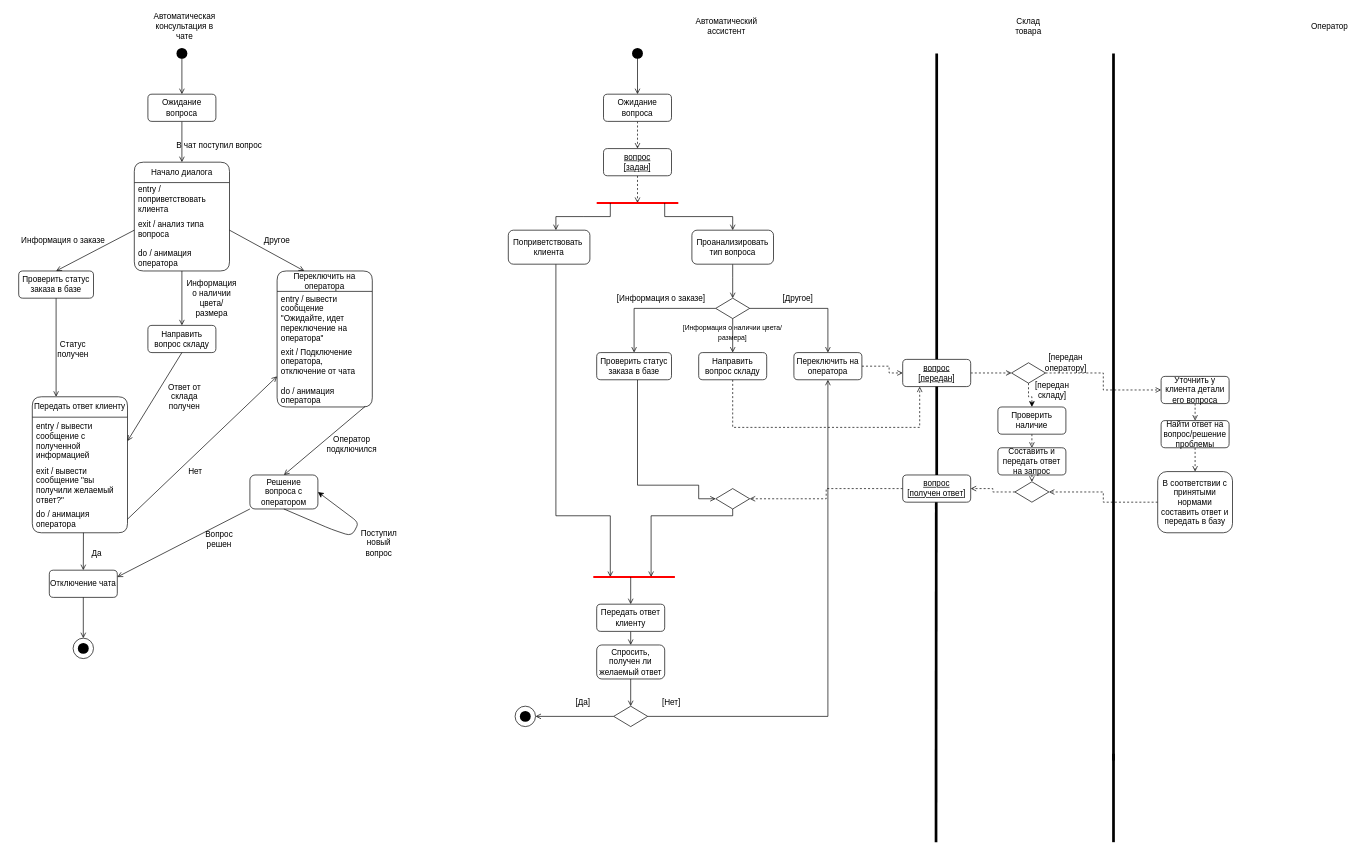
Before: Диаграмма деятельности.drawio in tssergeev/lflflflf, a draw.io diagram. Source tidied: cells renumbered, new cells numbered last; positions are measured from the earlier drawing's top-left corner, leaving out a move shared by most shapes. Both pictures are drawn from the tidied source at 68%, with x=0, y=0 at pixel (12, 16).
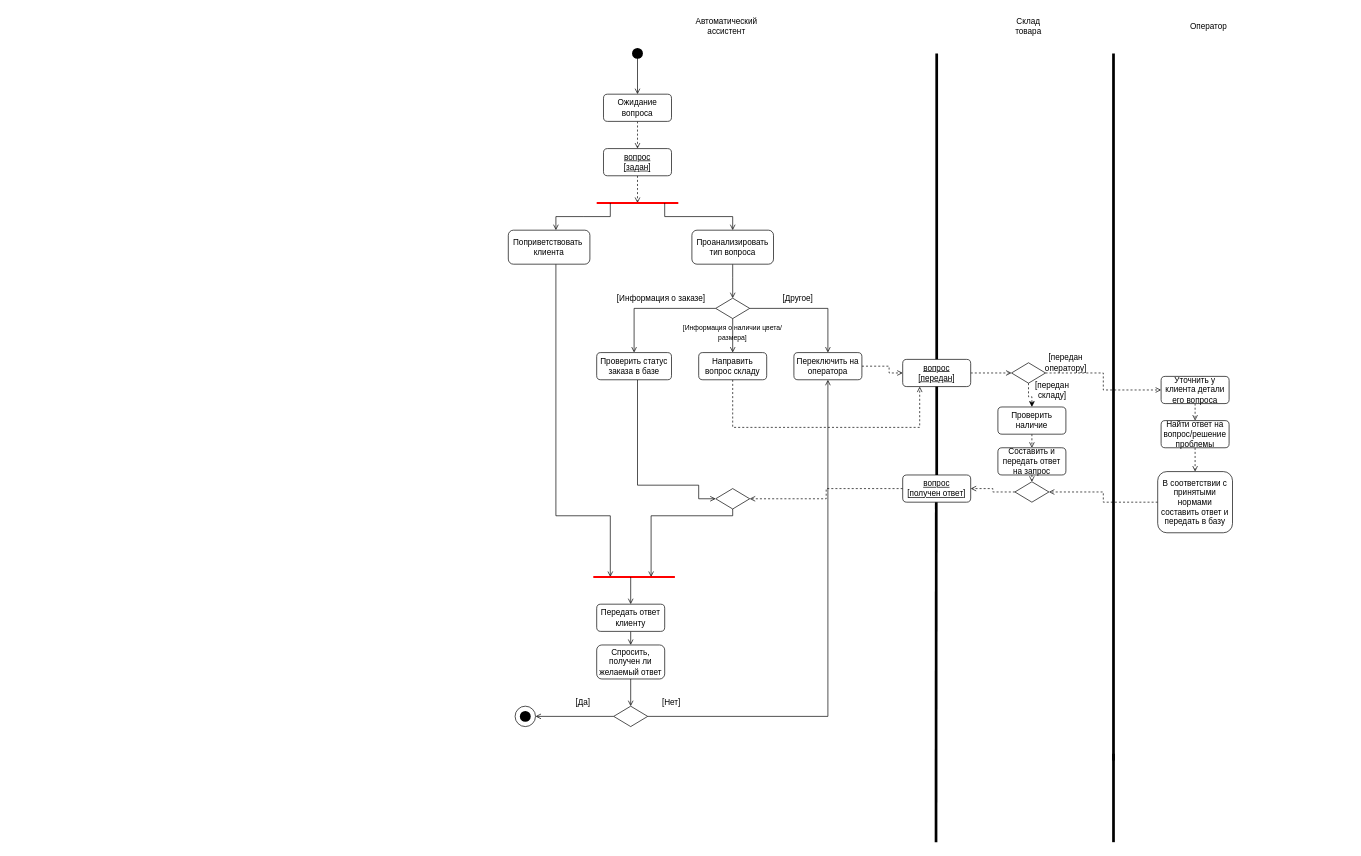
After the change.

What changed in the source:
```diff
@@
-    <mxCell id="2" style="edgeStyle=orthogonalEdgeStyle;rounded=0;jettySize=auto;html=1;entryX=0.5;entryY=0;entryDx=0;entryDy=0;endArrow=open;endFill=0;" parent="1" edge="1" source="3" target="8">
-      <mxGeometry relative="1" as="geometry" />
-    </mxCell>
-    <mxCell id="3" style="shape=waypoint;sketch=0;fillStyle=solid;size=6;points=[];fillColor=none;perimeter=centerPerimeter;snapToPoint=1;strokeWidth=6;" parent="1" vertex="1">
-      <mxGeometry x="240" y="45" width="20" height="20" as="geometry" />
-    </mxCell>
-    <mxCell id="4" style="ellipse;whiteSpace=wrap;html=1;" parent="1" vertex="1">
-      <mxGeometry x="90" y="915" width="30" height="30" as="geometry" />
-    </mxCell>
-    <mxCell id="5" style="shape=waypoint;sketch=0;fillStyle=solid;size=6;fillColor=none;perimeter=centerPerimeter;strokeWidth=6;" parent="1" vertex="1">
-      <mxGeometry x="95" y="920" width="20" height="20" as="geometry" />
-    </mxCell>
-    <mxCell id="6" value="Автоматическая консультация в чате" style="text;html=1;strokeColor=none;fillColor=none;align=center;verticalAlign=middle;whiteSpace=wrap;rounded=0;" parent="1" vertex="1">
-      <mxGeometry x="224" width="60" height="30" as="geometry" />
-    </mxCell>
-    <mxCell id="7" style="edgeStyle=orthogonalEdgeStyle;rounded=0;jettySize=auto;html=1;entryX=0.5;entryY=0;entryDx=0;entryDy=0;endArrow=open;endFill=0;" parent="1" edge="1" source="8" target="10">
-      <mxGeometry relative="1" as="geometry" />
-    </mxCell>
-    <mxCell id="8" value="Ожидание вопроса" style="rounded=1;whiteSpace=wrap;html=1;" parent="1" vertex="1">
-      <mxGeometry x="200" y="115" width="100" height="40" as="geometry" />
-    </mxCell>
-    <mxCell id="9" style="edgeStyle=orthogonalEdgeStyle;rounded=0;jettySize=auto;html=1;entryX=0.5;entryY=0;entryDx=0;entryDy=0;endArrow=open;endFill=0;" parent="1" edge="1" source="10" target="15">
-      <mxGeometry relative="1" as="geometry" />
-    </mxCell>
-    <mxCell id="10" value="Начало диалога" style="swimlane;fontStyle=0;horizontal=1;startSize=30;whiteSpace=wrap;html=1;rounded=1;" parent="1" vertex="1">
-      <mxGeometry x="180" y="215" width="140" height="160" as="geometry" />
-    </mxCell>
-    <mxCell id="11" value="entry / поприветствовать клиента" style="text;strokeColor=none;fillColor=none;align=left;verticalAlign=middle;spacingLeft=4;spacingRight=4;overflow=hidden;whiteSpace=wrap;html=1;" parent="10" vertex="1">
-      <mxGeometry y="30" width="140" height="50" as="geometry" />
-    </mxCell>
-    <mxCell id="12" value="exit / анализ типа вопроса&lt;br&gt;&lt;br&gt;do / анимация оператора" style="text;strokeColor=none;fillColor=none;align=left;verticalAlign=middle;spacingLeft=4;spacingRight=4;overflow=hidden;whiteSpace=wrap;html=1;rounded=1;" parent="10" vertex="1">
-      <mxGeometry y="80" width="140" height="80" as="geometry" />
-    </mxCell>
-    <mxCell id="13" value="В чат поступил вопрос" style="text;html=1;strokeColor=none;fillColor=none;align=center;verticalAlign=middle;whiteSpace=wrap;rounded=0;" parent="1" vertex="1">
-      <mxGeometry x="240" y="185" width="130" height="10" as="geometry" />
-    </mxCell>
-    <mxCell id="14" value="Проверить статус заказа в базе" style="rounded=1;whiteSpace=wrap;html=1;" parent="1" vertex="1">
-      <mxGeometry x="10" y="375" width="110" height="40" as="geometry" />
-    </mxCell>
-    <mxCell id="15" value="Направить вопрос складу" style="rounded=1;whiteSpace=wrap;html=1;" parent="1" vertex="1">
-      <mxGeometry x="200" y="455" width="100" height="40" as="geometry" />
-    </mxCell>
-    <mxCell id="16" style="endArrow=none;html=1;rounded=0;exitX=0.5;exitY=0;exitDx=0;exitDy=0;endFill=0;startArrow=open;startFill=0;" parent="1" edge="1" source="14">
-      <mxGeometry relative="1" as="geometry">
-        <mxPoint x="180" y="315" as="targetPoint" />
-      </mxGeometry>
-    </mxCell>
-    <mxCell id="17" style="endArrow=none;html=1;rounded=0;exitX=0.5;exitY=0;exitDx=0;exitDy=0;endFill=0;startArrow=open;startFill=0;" parent="1" edge="1">
-      <mxGeometry relative="1" as="geometry">
-        <mxPoint x="430" y="375" as="sourcePoint" />
-        <mxPoint x="320" y="315" as="targetPoint" />
-      </mxGeometry>
-    </mxCell>
-    <mxCell id="18" value="Информация о заказе" style="text;html=1;align=center;verticalAlign=middle;strokeColor=none;fillColor=none;" parent="1" vertex="1">
-      <mxGeometry y="315" width="150" height="30" as="geometry" />
-    </mxCell>
-    <mxCell id="19" value="Информация о наличии цвета/размера" style="text;html=1;strokeColor=none;fillColor=none;align=center;verticalAlign=middle;whiteSpace=wrap;rounded=0;" parent="1" vertex="1">
-      <mxGeometry x="254" y="405" width="80" height="20" as="geometry" />
-    </mxCell>
-    <mxCell id="20" value="Другое" style="text;html=1;strokeColor=none;fillColor=none;align=center;verticalAlign=middle;whiteSpace=wrap;rounded=0;" parent="1" vertex="1">
-      <mxGeometry x="360" y="315" width="60" height="30" as="geometry" />
-    </mxCell>
-    <mxCell id="21" style="edgeStyle=orthogonalEdgeStyle;rounded=0;orthogonalLoop=1;jettySize=auto;html=1;exitX=0.5;exitY=1;exitDx=0;exitDy=0;" parent="1" edge="1" source="19" target="19">
-      <mxGeometry relative="1" as="geometry" />
-    </mxCell>
-    <mxCell id="22" value="Переключить на оператора" style="swimlane;fontStyle=0;horizontal=1;startSize=30;whiteSpace=wrap;html=1;rounded=1;" parent="1" vertex="1">
-      <mxGeometry x="390" y="375" width="140" height="200" as="geometry" />
-    </mxCell>
-    <mxCell id="23" value="entry / вывести сообщение &quot;Ожидайте, идет переключение на оператора&quot;" style="text;strokeColor=none;fillColor=none;align=left;verticalAlign=middle;spacingLeft=4;spacingRight=4;overflow=hidden;whiteSpace=wrap;html=1;" parent="22" vertex="1">
-      <mxGeometry y="30" width="140" height="80" as="geometry" />
-    </mxCell>
-    <mxCell id="24" value="exit / Подключение оператора, отключение от чата&lt;br&gt;&lt;br&gt;do / анимация оператора" style="text;strokeColor=none;fillColor=none;align=left;verticalAlign=middle;spacingLeft=4;spacingRight=4;overflow=hidden;points=[[0,0.5],[1,0.5]];portConstraint=eastwest;whiteSpace=wrap;html=1;rounded=1;" parent="22" vertex="1">
-      <mxGeometry y="110" width="140" height="90" as="geometry" />
-    </mxCell>
-    <mxCell id="25" value="Передать ответ клиенту" style="swimlane;fontStyle=0;horizontal=1;startSize=30;whiteSpace=wrap;html=1;rounded=1;" parent="1" vertex="1">
-      <mxGeometry x="30" y="560" width="140" height="200" as="geometry" />
-    </mxCell>
-    <mxCell id="26" value="entry / вывести сообщение с полученной информацией" style="text;strokeColor=none;fillColor=none;align=left;verticalAlign=middle;spacingLeft=4;spacingRight=4;overflow=hidden;points=[[0,0.5],[1,0.5]];portConstraint=eastwest;whiteSpace=wrap;html=1;" parent="25" vertex="1">
-      <mxGeometry y="30" width="140" height="70" as="geometry" />
-    </mxCell>
-    <mxCell id="27" value="exit / вывести сообщение &quot;вы получили желаемый ответ?&quot;" style="text;strokeColor=none;fillColor=none;align=left;verticalAlign=middle;spacingLeft=4;spacingRight=4;overflow=hidden;whiteSpace=wrap;html=1;" parent="25" vertex="1">
-      <mxGeometry y="100" width="140" height="60" as="geometry" />
-    </mxCell>
-    <mxCell id="28" value="do / анимация оператора" style="text;strokeColor=none;fillColor=none;align=left;verticalAlign=middle;spacingLeft=4;spacingRight=4;overflow=hidden;points=[[0,0.5],[1,0.5]];portConstraint=eastwest;whiteSpace=wrap;html=1;" parent="25" vertex="1">
-      <mxGeometry y="160" width="140" height="40" as="geometry" />
-    </mxCell>
-    <mxCell id="29" style="endArrow=none;html=1;rounded=0;exitX=0.25;exitY=0;exitDx=0;exitDy=0;endFill=0;startArrow=open;startFill=0;entryX=0.5;entryY=1;entryDx=0;entryDy=0;" parent="1" edge="1" source="25" target="14">
-      <mxGeometry relative="1" as="geometry" />
-    </mxCell>
-    <mxCell id="30" style="endArrow=none;html=1;rounded=0;exitX=1;exitY=0.5;exitDx=0;exitDy=0;endFill=0;startArrow=open;startFill=0;entryX=0.5;entryY=1;entryDx=0;entryDy=0;" parent="1" edge="1" source="26" target="15">
-      <mxGeometry relative="1" as="geometry" />
-    </mxCell>
-    <mxCell id="31" value="Статус получен" style="text;html=1;strokeColor=none;fillColor=none;align=center;verticalAlign=middle;whiteSpace=wrap;rounded=0;" parent="1" vertex="1">
-      <mxGeometry x="60" y="475" width="60" height="30" as="geometry" />
-    </mxCell>
-    <mxCell id="32" value="Ответ от склада получен" style="text;html=1;strokeColor=none;fillColor=none;align=center;verticalAlign=middle;whiteSpace=wrap;rounded=0;" parent="1" vertex="1">
-      <mxGeometry x="224" y="545" width="60" height="30" as="geometry" />
-    </mxCell>
-    <mxCell id="33" value="Да" style="text;html=1;strokeColor=none;fillColor=none;align=center;verticalAlign=middle;whiteSpace=wrap;rounded=0;" parent="1" vertex="1">
-      <mxGeometry x="95" y="775" width="60" height="30" as="geometry" />
-    </mxCell>
-    <mxCell id="34" value="Нет" style="text;html=1;strokeColor=none;fillColor=none;align=center;verticalAlign=middle;whiteSpace=wrap;rounded=0;" parent="1" vertex="1">
-      <mxGeometry x="240" y="655" width="60" height="30" as="geometry" />
-    </mxCell>
-    <mxCell id="35" value="Отключение чата" style="rounded=1;whiteSpace=wrap;html=1;" parent="1" vertex="1">
-      <mxGeometry x="55" y="815" width="100" height="40" as="geometry" />
-    </mxCell>
-    <mxCell id="36" style="endArrow=none;html=1;rounded=0;exitX=0.5;exitY=0;exitDx=0;exitDy=0;endFill=0;startArrow=open;startFill=0;entryX=0.537;entryY=1;entryDx=0;entryDy=0;entryPerimeter=0;" parent="1" edge="1" source="35" target="28">
-      <mxGeometry relative="1" as="geometry" />
-    </mxCell>
-    <mxCell id="37" style="endArrow=none;html=1;rounded=0;exitX=0.5;exitY=0;exitDx=0;exitDy=0;endFill=0;startArrow=open;startFill=0;entryX=0.5;entryY=1;entryDx=0;entryDy=0;" parent="1" edge="1" source="4" target="35">
-      <mxGeometry relative="1" as="geometry" />
-    </mxCell>
-    <mxCell id="38" style="endArrow=none;html=1;rounded=0;exitX=0;exitY=0.5;exitDx=0;exitDy=0;endFill=0;startArrow=open;startFill=0;entryX=1;entryY=0.5;entryDx=0;entryDy=0;" parent="1" edge="1" source="24" target="28">
-      <mxGeometry relative="1" as="geometry" />
-    </mxCell>
-    <mxCell id="39" value="Решение вопроса с оператором" style="rounded=1;whiteSpace=wrap;html=1;" parent="1" vertex="1">
-      <mxGeometry x="350" y="675" width="100" height="50" as="geometry" />
-    </mxCell>
-    <mxCell id="40" style="endArrow=none;html=1;rounded=0;exitX=0.5;exitY=0;exitDx=0;exitDy=0;endFill=0;startArrow=open;startFill=0;entryX=0.925;entryY=0.991;entryDx=0;entryDy=0;entryPerimeter=0;" parent="1" edge="1" source="39" target="24">
-      <mxGeometry relative="1" as="geometry" />
-    </mxCell>
-    <mxCell id="41" value="Оператор подключился" style="text;html=1;strokeColor=none;fillColor=none;align=center;verticalAlign=middle;whiteSpace=wrap;rounded=0;" parent="1" vertex="1">
-      <mxGeometry x="470" y="615" width="60" height="30" as="geometry" />
-    </mxCell>
-    <mxCell id="42" style="endArrow=none;html=1;rounded=0;exitX=1;exitY=0.25;exitDx=0;exitDy=0;endFill=0;startArrow=open;startFill=0;entryX=0;entryY=1;entryDx=0;entryDy=0;" parent="1" edge="1" source="35" target="39">
-      <mxGeometry relative="1" as="geometry" />
-    </mxCell>
-    <mxCell id="43" value="Вопрос решен" style="text;html=1;strokeColor=none;fillColor=none;align=center;verticalAlign=middle;whiteSpace=wrap;rounded=0;" parent="1" vertex="1">
-      <mxGeometry x="275" y="755" width="60" height="30" as="geometry" />
-    </mxCell>
-    <mxCell id="44" style="endArrow=classic;html=1;rounded=1;entryX=1;entryY=0.5;entryDx=0;entryDy=0;exitX=0.5;exitY=1;exitDx=0;exitDy=0;shadow=0;" parent="1" edge="1" source="39" target="39">
-      <mxGeometry relative="1" as="geometry">
-        <Array as="points">
-          <mxPoint x="470" y="755" />
-          <mxPoint x="500" y="765" />
-          <mxPoint x="510" y="745" />
-        </Array>
-      </mxGeometry>
-    </mxCell>
-    <mxCell id="45" value="Поступил новый вопрос" style="text;html=1;strokeColor=none;fillColor=none;align=center;verticalAlign=middle;whiteSpace=wrap;rounded=0;" parent="1" vertex="1">
-      <mxGeometry x="510" y="760" width="60" height="30" as="geometry" />
-    </mxCell>
@@
     <mxCell id="79" value="Оператор" style="text;html=1;strokeColor=none;fillColor=none;align=center;verticalAlign=middle;whiteSpace=wrap;rounded=0;" parent="1" vertex="1">
-      <mxGeometry x="1908" width="60" height="30" as="geometry" />
+      <mxGeometry x="1730" width="60" height="30" as="geometry" />
     </mxCell>
```
